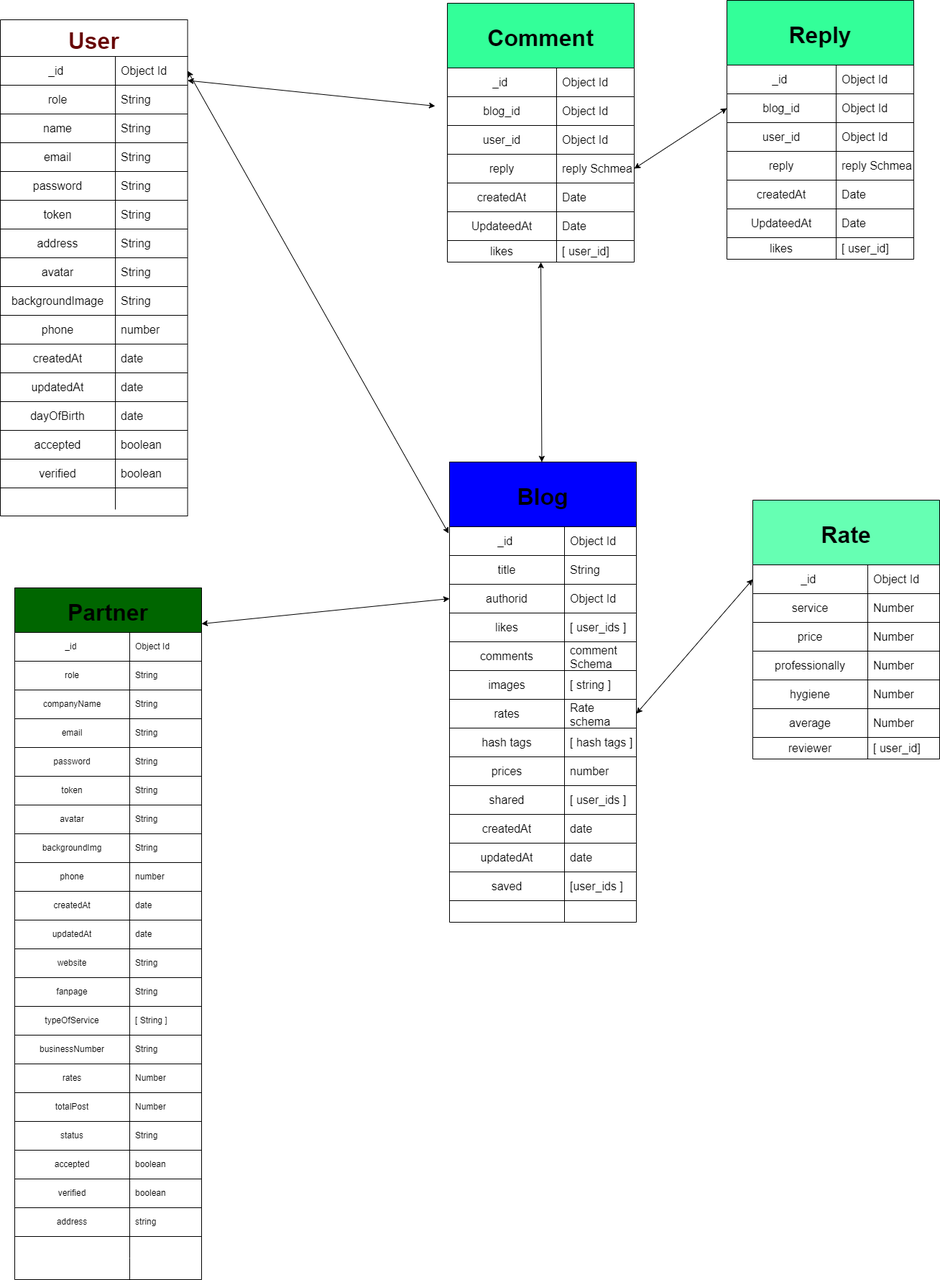
VN-Space/VN_Space_Server keeps this draw.io diagram as database.drawio.png. Above is the earlier version. Source tidied: cells renumbered, new cells last; positions are measured from the earlier drawing's top-left corner, leaving out a move shared by most shapes.
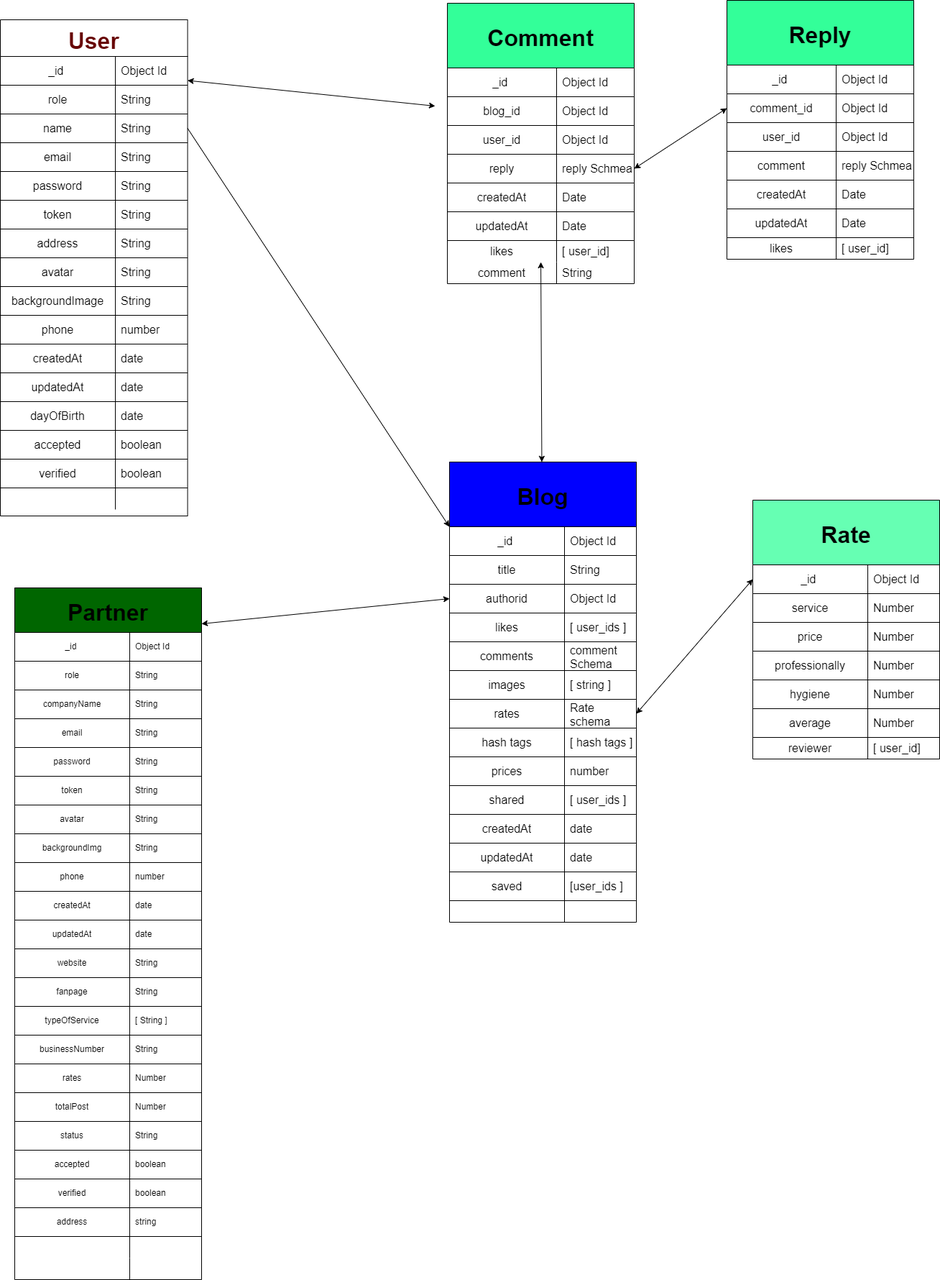
The same diagram one commit later.

Commit message:
update database flow file

Change to the diagram source:
```diff
@@ -562,11 +562,8 @@
     <mxCell id="187" style="endArrow=classic;startArrow=classic;html=1;entryX=0;entryY=0.5;entryDx=0;entryDy=0;exitX=1;exitY=0.5;exitDx=0;exitDy=0;" parent="1" edge="1" source="70" target="166">
       <mxGeometry relative="1" as="geometry" />
     </mxCell>
-    <mxCell id="188" style="endArrow=classic;startArrow=classic;html=1;exitX=1;exitY=0.5;exitDx=0;exitDy=0;entryX=-0.005;entryY=0.232;entryDx=0;entryDy=0;entryPerimeter=0;" parent="1" edge="1" source="3" target="52">
-      <mxGeometry relative="1" as="geometry" />
-    </mxCell>
     <mxCell id="189" value="Comment" style="shape=table;startSize=90;rowLines=0;fontStyle=1;align=center;fillColor=#33FF99;fontSize=32;fontColor=#000000;" parent="1" vertex="1">
-      <mxGeometry x="622" y="4" width="260" height="360" as="geometry" />
+      <mxGeometry x="622" y="4" width="260" height="390" as="geometry" />
     </mxCell>
     <mxCell id="190" style="shape=partialRectangle;html=1;whiteSpace=wrap;fillColor=none;top=0;left=0;bottom=1;right=0;" parent="189" vertex="1">
       <mxGeometry y="90" width="260" height="40" as="geometry" />
@@ -616,7 +613,7 @@
     <mxCell id="205" style="shape=partialRectangle;html=1;whiteSpace=wrap;fillColor=none;top=0;left=0;bottom=1;right=0;fontSize=16;" parent="189" vertex="1">
       <mxGeometry y="290" width="260" height="40" as="geometry" />
     </mxCell>
-    <mxCell id="206" value="UpdateedAt" style="shape=partialRectangle;html=1;whiteSpace=wrap;fillColor=none;top=0;left=0;bottom=0;right=0;overflow=hidden;fontSize=16;" parent="205" vertex="1">
+    <mxCell id="206" value="updatedAt&lt;br&gt;" style="shape=partialRectangle;html=1;whiteSpace=wrap;fillColor=none;top=0;left=0;bottom=0;right=0;overflow=hidden;fontSize=16;" parent="205" vertex="1">
       <mxGeometry width="152" height="40" as="geometry" />
     </mxCell>
     <mxCell id="207" value="Date" style="shape=partialRectangle;html=1;whiteSpace=wrap;fillColor=none;top=0;left=0;bottom=0;right=0;align=left;spacingLeft=6;overflow=hidden;fontSize=16;" parent="205" vertex="1">
@@ -631,6 +628,15 @@
     <mxCell id="210" value="[ user_id]" style="shape=partialRectangle;html=1;whiteSpace=wrap;fillColor=none;top=0;left=0;bottom=0;right=0;align=left;spacingLeft=6;overflow=hidden;fontSize=16;" parent="208" vertex="1">
       <mxGeometry x="152" width="108" height="30" as="geometry" />
     </mxCell>
+    <mxCell id="236" style="shape=partialRectangle;html=1;whiteSpace=wrap;fillColor=none;top=0;left=0;bottom=0;right=0;fontSize=16;" parent="189" vertex="1">
+      <mxGeometry y="360" width="260" height="30" as="geometry" />
+    </mxCell>
+    <mxCell id="237" value="comment" style="shape=partialRectangle;html=1;whiteSpace=wrap;fillColor=none;top=0;left=0;bottom=0;right=0;overflow=hidden;fontSize=16;" parent="236" vertex="1">
+      <mxGeometry width="152" height="30" as="geometry" />
+    </mxCell>
+    <mxCell id="238" value="String" style="shape=partialRectangle;html=1;whiteSpace=wrap;fillColor=none;top=0;left=0;bottom=0;right=0;align=left;spacingLeft=6;overflow=hidden;fontSize=16;" parent="236" vertex="1">
+      <mxGeometry x="152" width="108" height="30" as="geometry" />
+    </mxCell>
     <mxCell id="211" style="endArrow=classic;startArrow=classic;html=1;fontColor=#000000;" parent="1" edge="1" source="51" target="208">
       <mxGeometry relative="1" as="geometry" />
     </mxCell>
@@ -654,7 +660,7 @@
     <mxCell id="217" style="shape=partialRectangle;html=1;whiteSpace=wrap;fillColor=none;top=0;left=0;bottom=1;right=0;points=[[0,0.5],[1,0.5]];portConstraint=eastwest;fontSize=16;" parent="213" vertex="1">
       <mxGeometry y="130" width="260" height="40" as="geometry" />
     </mxCell>
-    <mxCell id="218" value="blog_id" style="shape=partialRectangle;html=1;whiteSpace=wrap;fillColor=none;top=0;left=0;bottom=0;right=0;overflow=hidden;fontSize=16;" parent="217" vertex="1">
+    <mxCell id="218" value="comment_id" style="shape=partialRectangle;html=1;whiteSpace=wrap;fillColor=none;top=0;left=0;bottom=0;right=0;overflow=hidden;fontSize=16;" parent="217" vertex="1">
       <mxGeometry width="152" height="40" as="geometry" />
     </mxCell>
     <mxCell id="219" value="Object Id" style="shape=partialRectangle;html=1;whiteSpace=wrap;fillColor=none;top=0;left=0;bottom=0;right=0;align=left;spacingLeft=6;overflow=hidden;fontSize=16;" parent="217" vertex="1">
@@ -672,7 +678,7 @@
     <mxCell id="223" style="shape=partialRectangle;html=1;whiteSpace=wrap;fillColor=none;top=0;left=0;bottom=1;right=0;fontSize=16;" parent="213" vertex="1">
       <mxGeometry y="210" width="260" height="40" as="geometry" />
     </mxCell>
-    <mxCell id="224" value="reply" style="shape=partialRectangle;html=1;whiteSpace=wrap;fillColor=none;top=0;left=0;bottom=0;right=0;overflow=hidden;fontSize=16;" parent="223" vertex="1">
+    <mxCell id="224" value="comment" style="shape=partialRectangle;html=1;whiteSpace=wrap;fillColor=none;top=0;left=0;bottom=0;right=0;overflow=hidden;fontSize=16;" parent="223" vertex="1">
       <mxGeometry width="152" height="40" as="geometry" />
     </mxCell>
     <mxCell id="225" value="reply Schmea&lt;br&gt;" style="shape=partialRectangle;html=1;whiteSpace=wrap;fillColor=none;top=0;left=0;bottom=0;right=0;align=left;spacingLeft=6;overflow=hidden;fontSize=16;" parent="223" vertex="1">
@@ -690,7 +696,7 @@
     <mxCell id="229" style="shape=partialRectangle;html=1;whiteSpace=wrap;fillColor=none;top=0;left=0;bottom=1;right=0;fontSize=16;" parent="213" vertex="1">
       <mxGeometry y="290" width="260" height="40" as="geometry" />
     </mxCell>
-    <mxCell id="230" value="UpdateedAt" style="shape=partialRectangle;html=1;whiteSpace=wrap;fillColor=none;top=0;left=0;bottom=0;right=0;overflow=hidden;fontSize=16;" parent="229" vertex="1">
+    <mxCell id="230" value="updatedAt" style="shape=partialRectangle;html=1;whiteSpace=wrap;fillColor=none;top=0;left=0;bottom=0;right=0;overflow=hidden;fontSize=16;" parent="229" vertex="1">
       <mxGeometry width="152" height="40" as="geometry" />
     </mxCell>
     <mxCell id="231" value="Date" style="shape=partialRectangle;html=1;whiteSpace=wrap;fillColor=none;top=0;left=0;bottom=0;right=0;align=left;spacingLeft=6;overflow=hidden;fontSize=16;" parent="229" vertex="1">
@@ -708,5 +714,8 @@
     <mxCell id="235" style="endArrow=classic;startArrow=classic;html=1;fontColor=#000000;entryX=0;entryY=0.5;entryDx=0;entryDy=0;exitX=1;exitY=0.5;exitDx=0;exitDy=0;" parent="1" edge="1" source="199" target="217">
       <mxGeometry relative="1" as="geometry" />
     </mxCell>
+    <mxCell id="239" style="endArrow=classic;html=1;exitX=1;exitY=0.5;exitDx=0;exitDy=0;entryX=-0.001;entryY=0;entryDx=0;entryDy=0;entryPerimeter=0;" parent="1" edge="1" source="9" target="52">
+      <mxGeometry relative="1" as="geometry" />
+    </mxCell>
   </root>
 </mxGraphModel>
```
